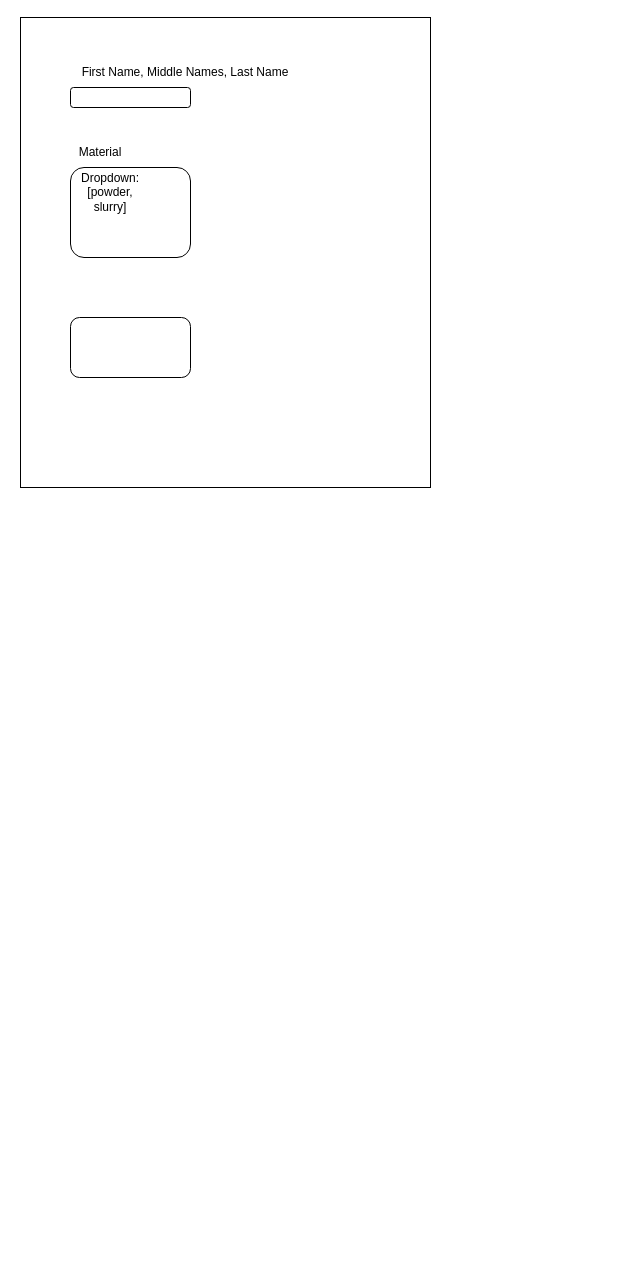
This is GUI_example.drawio from raviapatel/rilem_metadata_tool, a draw.io file, before an edit. Source tidied: cells renumbered, new cells numbered last; positions are measured from the earlier drawing's top-left corner, leaving out a move shared by most shapes. Both pictures are drawn from the tidied source at 100%, with x=0, y=0 at pixel (20, 17).
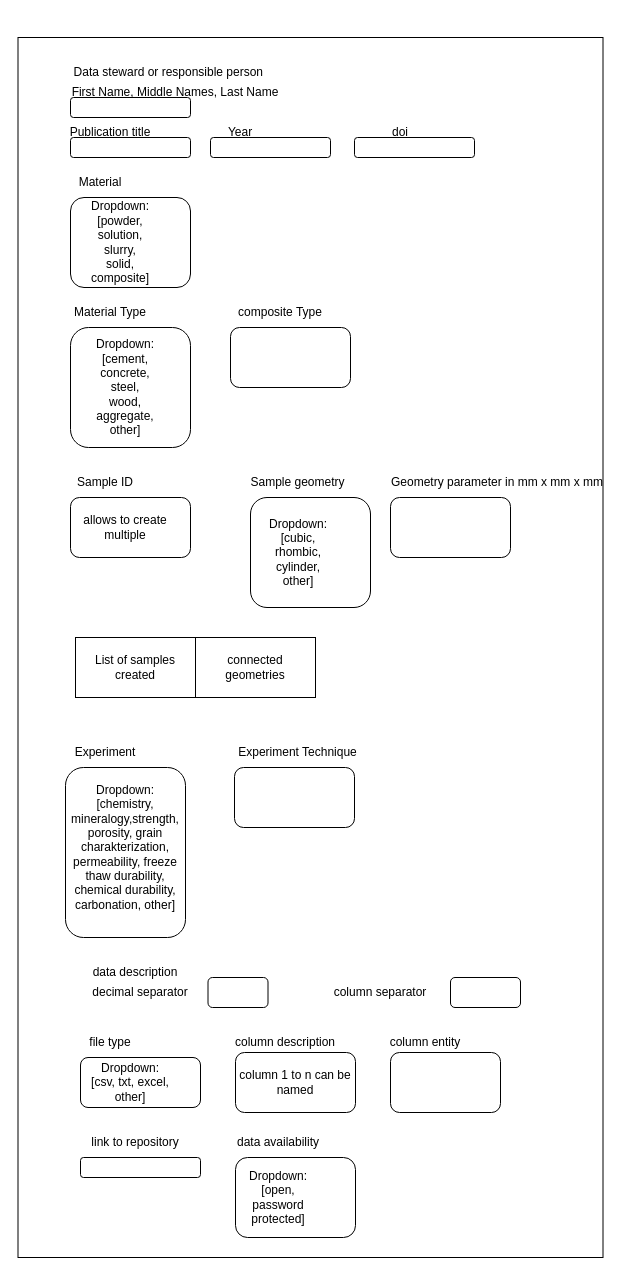
After the change.

What changed in the source:
```diff
@@
     <mxCell id="2" style="rounded=0;whiteSpace=wrap;html=1;" parent="1" vertex="1">
-      <mxGeometry width="410" height="470" as="geometry" />
+      <mxGeometry x="-2.5" y="20" width="585" height="1220" as="geometry" />
     </mxCell>
     <mxCell id="3" style="rounded=1;whiteSpace=wrap;html=1;" parent="1" vertex="1">
-      <mxGeometry x="50" y="70" width="120" height="20" as="geometry" />
+      <mxGeometry x="50" y="80" width="120" height="20" as="geometry" />
     </mxCell>
     <mxCell id="4" value="First Name, Middle Names, Last Name" style="text;html=1;align=center;verticalAlign=middle;whiteSpace=wrap;rounded=0;" parent="1" vertex="1">
-      <mxGeometry x="50" y="40" width="230" height="30" as="geometry" />
+      <mxGeometry x="40" y="60" width="230" height="30" as="geometry" />
     </mxCell>
     <mxCell id="5" style="rounded=1;whiteSpace=wrap;html=1;" parent="1" vertex="1">
-      <mxGeometry x="50" y="150" width="120" height="90" as="geometry" />
+      <mxGeometry x="50" y="180" width="120" height="90" as="geometry" />
     </mxCell>
     <mxCell id="6" value="Material" style="text;html=1;align=center;verticalAlign=middle;whiteSpace=wrap;rounded=0;" parent="1" vertex="1">
-      <mxGeometry x="50" y="120" width="60" height="30" as="geometry" />
+      <mxGeometry x="50" y="150" width="60" height="30" as="geometry" />
     </mxCell>
-    <mxCell id="7" value="Dropdown:&lt;div&gt;[powder, slurry]&lt;/div&gt;" style="text;html=1;align=center;verticalAlign=middle;whiteSpace=wrap;rounded=0;" parent="1" vertex="1">
-      <mxGeometry x="60" y="160" width="60" height="30" as="geometry" />
+    <mxCell id="7" value="Dropdown:&lt;div&gt;[powder, solution, slurry, solid, composite]&lt;/div&gt;" style="text;html=1;align=center;verticalAlign=middle;whiteSpace=wrap;rounded=0;" parent="1" vertex="1">
+      <mxGeometry x="70" y="210" width="60" height="30" as="geometry" />
     </mxCell>
     <mxCell id="8" style="rounded=1;whiteSpace=wrap;html=1;" parent="1" vertex="1">
-      <mxGeometry x="50" y="300" width="120" height="60" as="geometry" />
+      <mxGeometry x="50" y="310" width="120" height="120" as="geometry" />
     </mxCell>
+    <mxCell id="9" style="rounded=1;whiteSpace=wrap;html=1;" parent="1" vertex="1">
+      <mxGeometry x="50" y="120" width="120" height="20" as="geometry" />
+    </mxCell>
+    <mxCell id="10" value="Publication title" style="text;html=1;align=center;verticalAlign=middle;whiteSpace=wrap;rounded=0;" parent="1" vertex="1">
+      <mxGeometry x="20" y="100" width="140" height="30" as="geometry" />
+    </mxCell>
+    <mxCell id="11" value="Year" style="text;html=1;align=center;verticalAlign=middle;whiteSpace=wrap;rounded=0;" parent="1" vertex="1">
+      <mxGeometry x="190" y="100" width="60" height="30" as="geometry" />
+    </mxCell>
+    <mxCell id="12" style="rounded=1;whiteSpace=wrap;html=1;" parent="1" vertex="1">
+      <mxGeometry x="190" y="120" width="120" height="20" as="geometry" />
+    </mxCell>
+    <mxCell id="13" value="doi" style="text;html=1;align=center;verticalAlign=middle;whiteSpace=wrap;rounded=0;" parent="1" vertex="1">
+      <mxGeometry x="350" y="100" width="60" height="30" as="geometry" />
+    </mxCell>
+    <mxCell id="14" style="rounded=1;whiteSpace=wrap;html=1;" parent="1" vertex="1">
+      <mxGeometry x="334" y="120" width="120" height="20" as="geometry" />
+    </mxCell>
+    <mxCell id="15" value="Data steward or responsible person&amp;nbsp;" style="text;html=1;align=center;verticalAlign=middle;whiteSpace=wrap;rounded=0;" parent="1" vertex="1">
+      <mxGeometry x="40" y="40" width="220" height="30" as="geometry" />
+    </mxCell>
+    <mxCell id="16" value="Material Type" style="text;html=1;align=center;verticalAlign=middle;whiteSpace=wrap;rounded=0;" parent="1" vertex="1">
+      <mxGeometry x="45" y="280" width="90" height="30" as="geometry" />
+    </mxCell>
+    <mxCell id="17" value="Dropdown:&lt;div&gt;[cement, concrete, steel, wood, aggregate, other]&lt;/div&gt;" style="text;html=1;align=center;verticalAlign=middle;whiteSpace=wrap;rounded=0;" parent="1" vertex="1">
+      <mxGeometry x="75" y="355" width="60" height="30" as="geometry" />
+    </mxCell>
+    <mxCell id="18" value="composite Type" style="text;html=1;align=center;verticalAlign=middle;whiteSpace=wrap;rounded=0;" parent="1" vertex="1">
+      <mxGeometry x="210" y="280" width="100" height="30" as="geometry" />
+    </mxCell>
+    <mxCell id="19" style="rounded=1;whiteSpace=wrap;html=1;" parent="1" vertex="1">
+      <mxGeometry x="210" y="310" width="120" height="60" as="geometry" />
+    </mxCell>
+    <mxCell id="20" value="Sample ID" style="text;html=1;align=center;verticalAlign=middle;whiteSpace=wrap;rounded=0;" parent="1" vertex="1">
+      <mxGeometry x="50" y="450" width="70" height="30" as="geometry" />
+    </mxCell>
+    <mxCell id="21" style="rounded=1;whiteSpace=wrap;html=1;" parent="1" vertex="1">
+      <mxGeometry x="50" y="480" width="120" height="60" as="geometry" />
+    </mxCell>
+    <mxCell id="22" value="Sample geometry" style="text;html=1;align=center;verticalAlign=middle;whiteSpace=wrap;rounded=0;" parent="1" vertex="1">
+      <mxGeometry x="225" y="450" width="105" height="30" as="geometry" />
+    </mxCell>
+    <mxCell id="23" style="rounded=1;whiteSpace=wrap;html=1;" parent="1" vertex="1">
+      <mxGeometry x="230" y="480" width="120" height="110" as="geometry" />
+    </mxCell>
+    <mxCell id="24" value="Dropdown:&lt;div&gt;[cubic, rhombic, cylinder, other]&lt;/div&gt;" style="text;html=1;align=center;verticalAlign=middle;whiteSpace=wrap;rounded=0;" parent="1" vertex="1">
+      <mxGeometry x="247.5" y="520" width="60" height="30" as="geometry" />
+    </mxCell>
+    <mxCell id="25" style="rounded=1;whiteSpace=wrap;html=1;" parent="1" vertex="1">
+      <mxGeometry x="370" y="480" width="120" height="60" as="geometry" />
+    </mxCell>
+    <mxCell id="26" value="Geometry parameter in mm x mm x mm" style="text;html=1;align=center;verticalAlign=middle;whiteSpace=wrap;rounded=0;" parent="1" vertex="1">
+      <mxGeometry x="364" y="450" width="226" height="30" as="geometry" />
+    </mxCell>
+    <mxCell id="27" value="Experiment" style="text;html=1;align=center;verticalAlign=middle;whiteSpace=wrap;rounded=0;" parent="1" vertex="1">
+      <mxGeometry x="55" y="720" width="60" height="30" as="geometry" />
+    </mxCell>
+    <mxCell id="28" style="rounded=1;whiteSpace=wrap;html=1;" parent="1" vertex="1">
+      <mxGeometry x="45" y="750" width="120" height="170" as="geometry" />
+    </mxCell>
+    <mxCell id="29" value="Experiment Technique" style="text;html=1;align=center;verticalAlign=middle;whiteSpace=wrap;rounded=0;" parent="1" vertex="1">
+      <mxGeometry x="215" y="720" width="125" height="30" as="geometry" />
+    </mxCell>
+    <mxCell id="30" value="allows to create multiple" style="text;html=1;align=center;verticalAlign=middle;whiteSpace=wrap;rounded=0;" parent="1" vertex="1">
+      <mxGeometry x="55" y="495" width="100" height="30" as="geometry" />
+    </mxCell>
+    <mxCell id="31" value="List of samples created" style="rounded=0;whiteSpace=wrap;html=1;" parent="1" vertex="1">
+      <mxGeometry x="55" y="620" width="120" height="60" as="geometry" />
+    </mxCell>
+    <mxCell id="32" value="connected geometries" style="rounded=0;whiteSpace=wrap;html=1;" parent="1" vertex="1">
+      <mxGeometry x="175" y="620" width="120" height="60" as="geometry" />
+    </mxCell>
+    <mxCell id="33" value="Dropdown:&lt;div&gt;[chemistry, mineralogy,strength, porosity, grain charakterization, permeability, freeze thaw durability, chemical durability, carbonation, other]&lt;/div&gt;" style="text;html=1;align=center;verticalAlign=middle;whiteSpace=wrap;rounded=0;" parent="1" vertex="1">
+      <mxGeometry x="50" y="780" width="110" height="100" as="geometry" />
+    </mxCell>
+    <mxCell id="34" style="rounded=1;whiteSpace=wrap;html=1;" parent="1" vertex="1">
+      <mxGeometry x="214" y="750" width="120" height="60" as="geometry" />
+    </mxCell>
+    <mxCell id="35" value="link to repository" style="text;html=1;align=center;verticalAlign=middle;whiteSpace=wrap;rounded=0;" parent="1" vertex="1">
+      <mxGeometry x="50" y="1110" width="130" height="30" as="geometry" />
+    </mxCell>
+    <mxCell id="36" style="rounded=1;whiteSpace=wrap;html=1;" parent="1" vertex="1">
+      <mxGeometry x="60" y="1140" width="120" height="20" as="geometry" />
+    </mxCell>
+    <mxCell id="37" value="data availability" style="text;html=1;align=center;verticalAlign=middle;whiteSpace=wrap;rounded=0;" parent="1" vertex="1">
+      <mxGeometry x="207.5" y="1110" width="100" height="30" as="geometry" />
+    </mxCell>
+    <mxCell id="38" style="rounded=1;whiteSpace=wrap;html=1;" parent="1" vertex="1">
+      <mxGeometry x="215" y="1140" width="120" height="80" as="geometry" />
+    </mxCell>
+    <mxCell id="39" value="Dropdown:&lt;div&gt;[open, password protected]&lt;/div&gt;" style="text;html=1;align=center;verticalAlign=middle;whiteSpace=wrap;rounded=0;" parent="1" vertex="1">
+      <mxGeometry x="227.5" y="1165" width="60" height="30" as="geometry" />
+    </mxCell>
+    <mxCell id="40" value="data description" style="text;html=1;align=center;verticalAlign=middle;whiteSpace=wrap;rounded=0;" parent="1" vertex="1">
+      <mxGeometry x="55" y="940" width="120" height="30" as="geometry" />
+    </mxCell>
+    <mxCell id="41" value="file type" style="text;html=1;align=center;verticalAlign=middle;whiteSpace=wrap;rounded=0;" parent="1" vertex="1">
+      <mxGeometry x="60" y="1010" width="60" height="30" as="geometry" />
+    </mxCell>
+    <mxCell id="42" style="rounded=1;whiteSpace=wrap;html=1;" parent="1" vertex="1">
+      <mxGeometry x="60" y="1040" width="120" height="50" as="geometry" />
+    </mxCell>
+    <mxCell id="43" value="Dropdown:&lt;div&gt;[csv, txt, excel, other]&lt;/div&gt;" style="text;html=1;align=center;verticalAlign=middle;whiteSpace=wrap;rounded=0;" parent="1" vertex="1">
+      <mxGeometry x="60" y="1050" width="100" height="30" as="geometry" />
+    </mxCell>
+    <mxCell id="44" value="column description" style="text;html=1;align=center;verticalAlign=middle;whiteSpace=wrap;rounded=0;" parent="1" vertex="1">
+      <mxGeometry x="195" y="1010" width="140" height="30" as="geometry" />
+    </mxCell>
+    <mxCell id="45" value="column 1 to n can be named" style="rounded=1;whiteSpace=wrap;html=1;" parent="1" vertex="1">
+      <mxGeometry x="215" y="1035" width="120" height="60" as="geometry" />
+    </mxCell>
+    <mxCell id="46" value="column entity" style="text;html=1;align=center;verticalAlign=middle;whiteSpace=wrap;rounded=0;" parent="1" vertex="1">
+      <mxGeometry x="335" y="1010" width="140" height="30" as="geometry" />
+    </mxCell>
+    <mxCell id="47" style="rounded=1;whiteSpace=wrap;html=1;" parent="1" vertex="1">
+      <mxGeometry x="370" y="1035" width="110" height="60" as="geometry" />
+    </mxCell>
+    <mxCell id="48" value="decimal separator" style="text;html=1;align=center;verticalAlign=middle;whiteSpace=wrap;rounded=0;" parent="1" vertex="1">
+      <mxGeometry x="70" y="960" width="100" height="30" as="geometry" />
+    </mxCell>
+    <mxCell id="49" style="rounded=1;whiteSpace=wrap;html=1;" parent="1" vertex="1">
+      <mxGeometry x="187.5" y="960" width="60" height="30" as="geometry" />
+    </mxCell>
+    <mxCell id="50" value="column separator" style="text;html=1;align=center;verticalAlign=middle;whiteSpace=wrap;rounded=0;" parent="1" vertex="1">
+      <mxGeometry x="310" y="960" width="100" height="30" as="geometry" />
+    </mxCell>
+    <mxCell id="51" style="rounded=1;whiteSpace=wrap;html=1;" parent="1" vertex="1">
+      <mxGeometry x="430" y="960" width="70" height="30" as="geometry" />
+    </mxCell>
```
